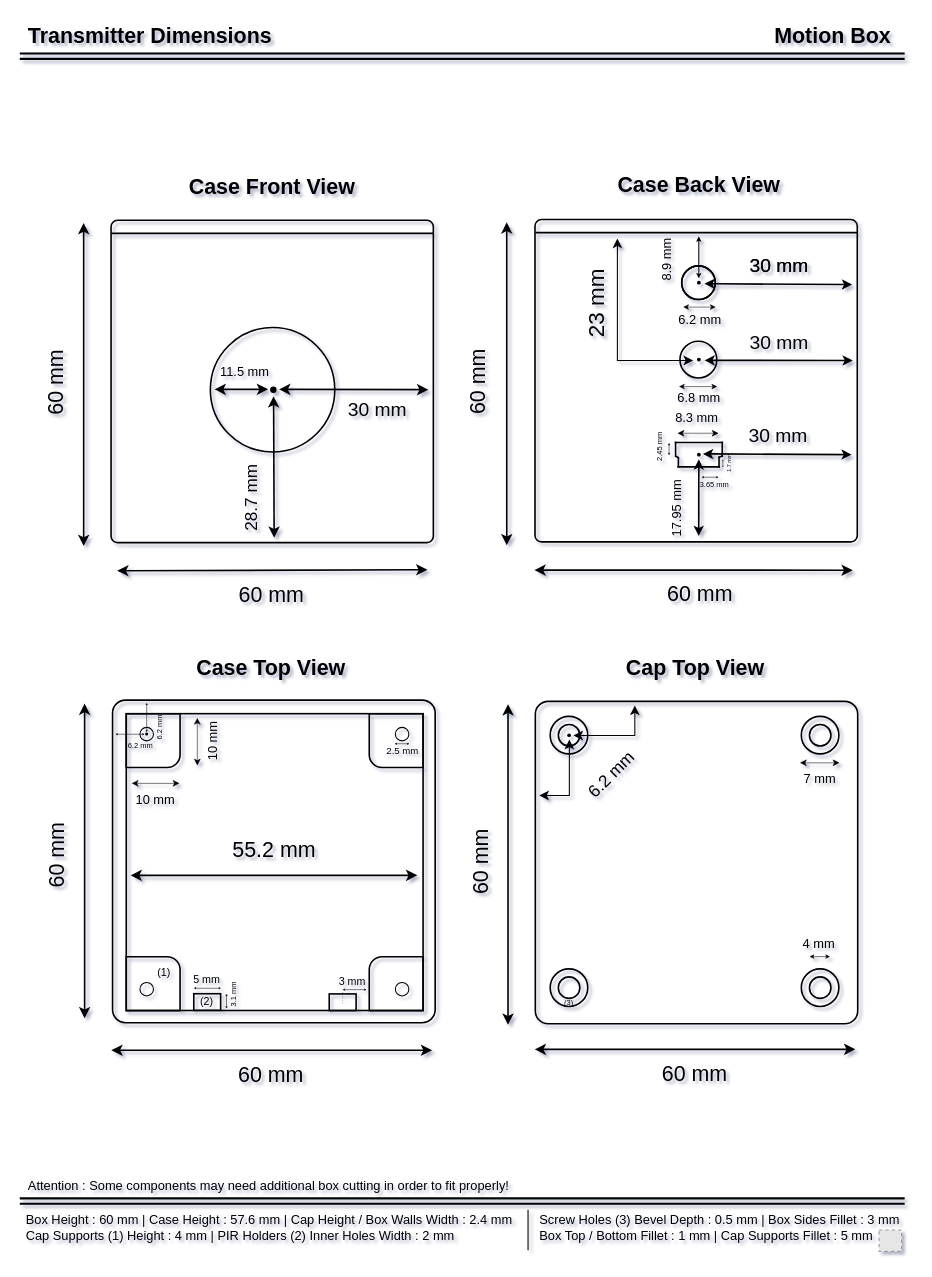
Earlier version of the draw.io diagram Projects/MotionBox/Design/Dimensions/Transmitter/DRAWIO/Transmitter_Dimensions.drawio (teodormorosanu/Electronic-Projects). Source tidied: cells renumbered, new cells numbered last; positions are measured from the earlier drawing's top-left corner, leaving out a move shared by most shapes. Both pictures are drawn from the tidied source at 107%, with x=0, y=0 at pixel (-31, 18). Pictures stored in the file or linked from it are replaced by grey dashed boxes.
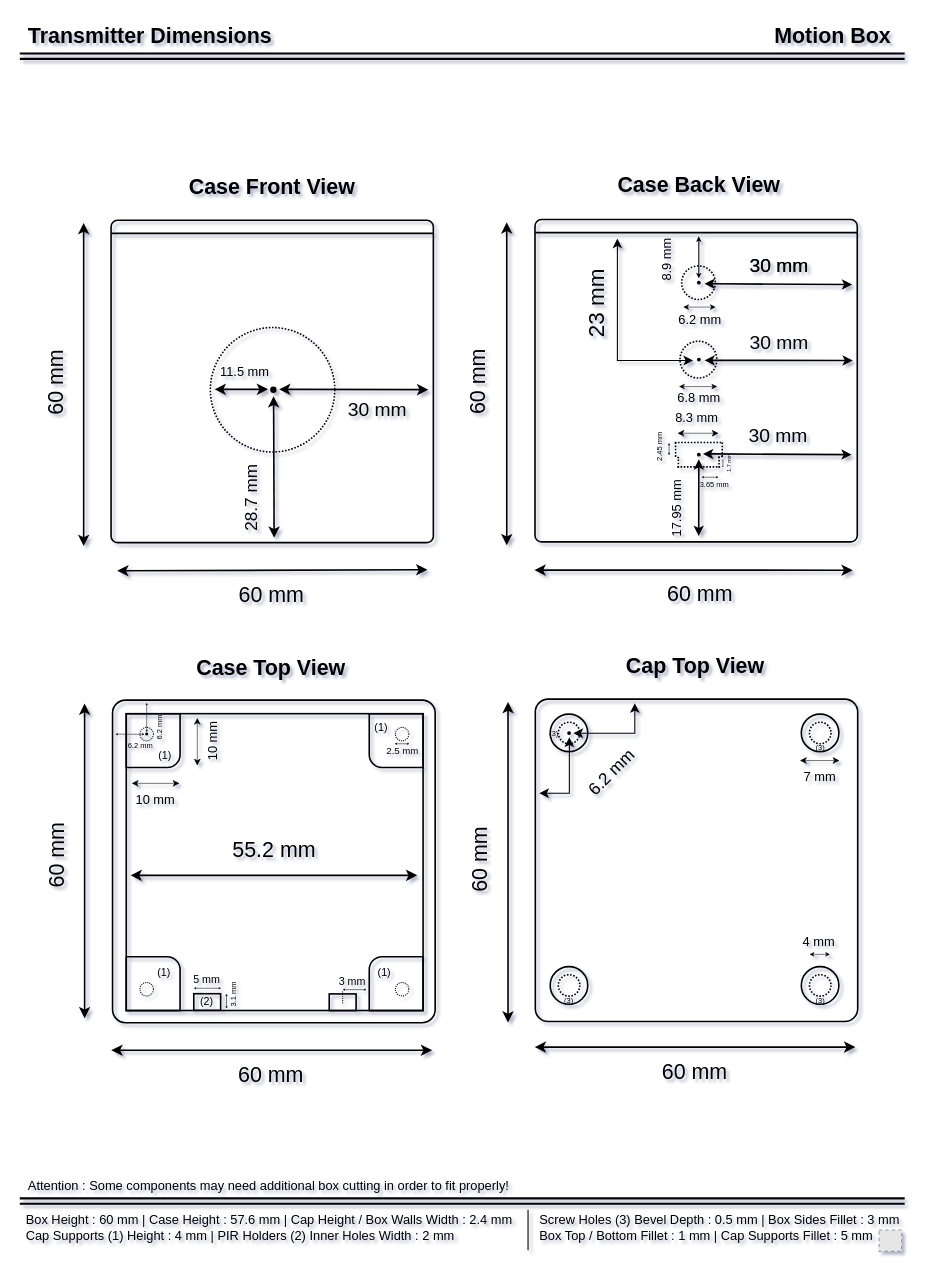
The same page after the edit.

Commit message (it also covers changes not shown here):
MotionBox : Added transmitter add-on dimensions and updated the old ones

Unchanged cells that the change refers to:
```xml
<mxCell id="11" style="group;" parent="1" vertex="1">
  <mxGeometry x="60.3" y="135" width="813.8" height="869.8" as="geometry" />
</mxCell>
<mxCell id="12" style="group;" parent="11" vertex="1">
  <mxGeometry y="2" width="400.9" height="420" as="geometry" />
</mxCell>
<mxCell id="28" style="group;" parent="11" vertex="1">
  <mxGeometry x="394.6" width="383.9" height="421.4" as="geometry" />
</mxCell>
```

Change to the diagram source:
```diff
@@
-    <mxCell id="20" style="ellipse;whiteSpace=wrap;html=1;fillColor=none;strokeWidth=1.5;" parent="12" vertex="1">
+    <mxCell id="20" style="ellipse;whiteSpace=wrap;html=1;fillColor=none;strokeWidth=1.5;dashed=1;dashPattern=1 1;" parent="12" vertex="1">
       <mxGeometry x="164.8" y="151.6" width="116.3" height="116.3" as="geometry" />
     </mxCell>
@@
-    <mxCell id="48" style="ellipse;whiteSpace=wrap;html=1;strokeWidth=1.5;fillColor=none;" parent="28" vertex="1">
+    <mxCell id="48" style="ellipse;whiteSpace=wrap;html=1;strokeWidth=1.5;fillColor=none;dashed=1;dashPattern=1 1;" parent="28" vertex="1">
       <mxGeometry x="209.1" y="166.4" width="34.4" height="34.4" as="geometry" />
     </mxCell>
@@
-    <mxCell id="56" style="endArrow=none;html=1;rounded=0;strokeWidth=1.5;strokeColor=default;" parent="28" edge="1">
+    <mxCell id="56" style="endArrow=none;html=1;rounded=0;strokeWidth=1.5;strokeColor=default;dashed=1;dashPattern=1 1;" parent="28" edge="1">
       <mxGeometry relative="1" as="geometry">
         <mxPoint x="204.2" y="261.1" as="sourcePoint" />
         <mxPoint x="249.4" y="261.1" as="targetPoint" />
       </mxGeometry>
     </mxCell>
-    <mxCell id="57" style="endArrow=none;html=1;rounded=0;strokeWidth=1.5;strokeColor=default;" parent="28" edge="1">
+    <mxCell id="57" style="endArrow=none;html=1;rounded=0;strokeWidth=1.5;strokeColor=default;dashed=1;dashPattern=1 1;" parent="28" edge="1">
       <mxGeometry relative="1" as="geometry">
         <mxPoint x="248.6" y="274.5" as="sourcePoint" />
         <mxPoint x="248.6" y="260.1" as="targetPoint" />
       </mxGeometry>
     </mxCell>
-    <mxCell id="58" style="endArrow=none;html=1;rounded=0;strokeWidth=1.5;strokeColor=default;" parent="28" edge="1">
+    <mxCell id="58" style="endArrow=none;html=1;rounded=0;strokeWidth=1.5;strokeColor=default;dashed=1;dashPattern=1 1;" parent="28" edge="1">
       <mxGeometry relative="1" as="geometry">
         <mxPoint x="205" y="274.4" as="sourcePoint" />
         <mxPoint x="205" y="260.1" as="targetPoint" />
       </mxGeometry>
     </mxCell>
-    <mxCell id="59" style="endArrow=none;html=1;rounded=0;strokeWidth=1.5;strokeColor=default;" parent="28" edge="1">
+    <mxCell id="59" style="endArrow=none;html=1;rounded=0;strokeWidth=1.5;strokeColor=default;dashed=1;dashPattern=1 1;" parent="28" edge="1">
       <mxGeometry relative="1" as="geometry">
         <mxPoint x="206.6" y="283.8" as="sourcePoint" />
         <mxPoint x="246.6" y="283.8" as="targetPoint" />
       </mxGeometry>
     </mxCell>
-    <mxCell id="60" style="endArrow=none;html=1;rounded=0;strokeWidth=1.5;strokeColor=default;" parent="28" edge="1">
+    <mxCell id="60" style="endArrow=none;html=1;rounded=0;strokeWidth=1.5;strokeColor=default;dashed=1;dashPattern=1 1;" parent="28" edge="1">
       <mxGeometry relative="1" as="geometry">
         <mxPoint x="245.6" y="284.7" as="sourcePoint" />
         <mxPoint x="245.6" y="274.1" as="targetPoint" />
       </mxGeometry>
     </mxCell>
-    <mxCell id="61" style="endArrow=none;html=1;rounded=0;strokeWidth=1.5;strokeColor=default;" parent="28" edge="1">
+    <mxCell id="61" style="endArrow=none;html=1;rounded=0;strokeWidth=1.5;strokeColor=default;dashed=1;dashPattern=1 1;" parent="28" edge="1">
       <mxGeometry relative="1" as="geometry">
         <mxPoint x="207.6" y="284.4" as="sourcePoint" />
         <mxPoint x="207.6" y="274.8" as="targetPoint" />
       </mxGeometry>
     </mxCell>
-    <mxCell id="62" style="endArrow=none;html=1;rounded=0;strokeWidth=1.5;strokeColor=default;" parent="28" edge="1">
+    <mxCell id="62" style="endArrow=none;html=1;rounded=0;strokeWidth=1.5;strokeColor=default;dashed=1;dashPattern=1 1;" parent="28" edge="1">
       <mxGeometry relative="1" as="geometry">
         <mxPoint x="208.1" y="275.5" as="sourcePoint" />
         <mxPoint x="204.5" y="273.5" as="targetPoint" />
       </mxGeometry>
     </mxCell>
-    <mxCell id="63" style="endArrow=none;html=1;rounded=0;strokeWidth=1.5;strokeColor=default;" parent="28" edge="1">
+    <mxCell id="63" style="endArrow=none;html=1;rounded=0;strokeWidth=1.5;strokeColor=default;dashed=1;dashPattern=1 1;" parent="28" edge="1">
       <mxGeometry relative="1" as="geometry">
         <mxPoint x="244.9" y="275" as="sourcePoint" />
         <mxPoint x="249.3" y="273.5" as="targetPoint" />
       </mxGeometry>
     </mxCell>
@@
-    <mxCell id="65" style="ellipse;whiteSpace=wrap;html=1;strokeWidth=1.5;fillColor=none;" parent="28" vertex="1">
+    <mxCell id="65" style="ellipse;whiteSpace=wrap;html=1;strokeWidth=1.5;fillColor=none;dashed=1;dashPattern=1 1;" parent="28" vertex="1">
       <mxGeometry x="210.7" y="96" width="31.4" height="31.4" as="geometry" />
     </mxCell>
@@
-    <mxCell id="74" style="ellipse;whiteSpace=wrap;html=1;strokeWidth=1.5;fillColor=none;" parent="28" vertex="1">
-      <mxGeometry x="210.7" y="96" width="31.4" height="31.4" as="geometry" />
-    </mxCell>
+    <mxCell id="139" style="group;" parent="11" vertex="1">
+      <mxGeometry x="397" y="449.9" width="416.8" height="417.1" as="geometry" />
+    </mxCell>
+    <mxCell id="140" value="&lt;span style=&quot;font-size: 7px;&quot;&gt;&lt;font style=&quot;font-size: 7px;&quot;&gt;(3)&lt;/font&gt;&lt;/span&gt;" style="text;align=center;html=1;verticalAlign=middle;rounded=0;shadow=0;glass=0;labelBorderColor=none;labelBackgroundColor=none;whiteSpace=wrap;fontStyle=0;rotation=0;fontSize=7;" parent="139" vertex="1">
+      <mxGeometry x="322.8" y="330.1" width="31.1" height="6.7" as="geometry" />
+    </mxCell>
+    <mxCell id="141" value="&lt;span style=&quot;font-size: 7px;&quot;&gt;&lt;font style=&quot;font-size: 7px;&quot;&gt;(3)&lt;/font&gt;&lt;/span&gt;" style="text;align=center;html=1;verticalAlign=middle;rounded=0;shadow=0;glass=0;labelBorderColor=none;labelBackgroundColor=none;whiteSpace=wrap;fontStyle=0;rotation=0;fontSize=7;" parent="139" vertex="1">
+      <mxGeometry x="322.8" y="94.1" width="31.1" height="6.7" as="geometry" />
+    </mxCell>
-    <mxCell id="75" style="group;" parent="11" vertex="1">
-      <mxGeometry x="397" y="452" width="416.8" height="417.1" as="geometry" />
+    <mxCell id="75" style="group;" parent="139" vertex="1">
+      <mxGeometry width="416.8" height="417.1" as="geometry" />
     </mxCell>
@@
-    <mxCell id="83" style="ellipse;whiteSpace=wrap;html=1;strokeWidth=1.5;fillColor=none;" parent="75" vertex="1">
+    <mxCell id="83" style="ellipse;whiteSpace=wrap;html=1;strokeWidth=1.5;fillColor=none;dashed=1;dashPattern=1 1;" parent="75" vertex="1">
       <mxGeometry x="93" y="72.6" width="20.1" height="20.1" as="geometry" />
     </mxCell>
@@
-    <mxCell id="89" style="ellipse;whiteSpace=wrap;html=1;strokeWidth=1.5;fillColor=none;" parent="75" vertex="1">
+    <mxCell id="89" style="ellipse;whiteSpace=wrap;html=1;strokeWidth=1.5;fillColor=none;dashed=1;dashPattern=1 1;" parent="75" vertex="1">
       <mxGeometry x="327.7" y="72.6" width="20.1" height="20.1" as="geometry" />
     </mxCell>
@@
-    <mxCell id="93" style="ellipse;whiteSpace=wrap;html=1;strokeWidth=1.5;fillColor=none;" parent="75" vertex="1">
+    <mxCell id="93" style="ellipse;whiteSpace=wrap;html=1;strokeWidth=1.5;fillColor=none;dashed=1;dashPattern=1 1;" parent="75" vertex="1">
       <mxGeometry x="327.7" y="308.5" width="20.1" height="20.1" as="geometry" />
     </mxCell>
@@
-    <mxCell id="97" style="ellipse;whiteSpace=wrap;html=1;strokeWidth=1.5;fillColor=none;" parent="75" vertex="1">
+    <mxCell id="97" style="ellipse;whiteSpace=wrap;html=1;strokeWidth=1.5;fillColor=none;dashed=1;dashPattern=1 1;" parent="75" vertex="1">
       <mxGeometry x="93" y="308.5" width="20.1" height="20.1" as="geometry" />
     </mxCell>
@@
+    <mxCell id="142" value="&lt;span style=&quot;font-size: 7px;&quot;&gt;&lt;font style=&quot;font-size: 7px;&quot;&gt;(3)&lt;/font&gt;&lt;/span&gt;" style="text;align=center;html=1;verticalAlign=middle;rounded=0;shadow=0;glass=0;labelBorderColor=none;labelBackgroundColor=none;whiteSpace=wrap;fontStyle=0;rotation=0;fontSize=7;" parent="75" vertex="1">
+      <mxGeometry x="73.8" y="81.1" width="31.1" height="6.7" as="geometry" />
+    </mxCell>
+    <mxCell id="143" style="group;" parent="11" vertex="1">
+      <mxGeometry x="1.2" y="452" width="373.7" height="417.9" as="geometry" />
+    </mxCell>
+    <mxCell id="144" value="&lt;span style=&quot;font-size: 10px;&quot;&gt;&lt;font style=&quot;font-size: 10px;&quot;&gt;(1)&lt;/font&gt;&lt;/span&gt;" style="text;align=center;html=1;verticalAlign=middle;rounded=0;shadow=0;glass=0;labelBorderColor=none;labelBackgroundColor=none;whiteSpace=wrap;fontStyle=0;rotation=0;fontSize=10;" parent="143" vertex="1">
+      <mxGeometry x="310.6" y="300" width="31.9" height="7.7" as="geometry" />
+    </mxCell>
-    <mxCell id="99" style="group;" parent="11" vertex="1">
-      <mxGeometry x="1.2" y="452" width="373.7" height="417.9" as="geometry" />
+    <mxCell id="99" style="group;" parent="143" vertex="1">
+      <mxGeometry width="373.7" height="417.9" as="geometry" />
     </mxCell>
@@
-    <mxCell id="117" style="ellipse;whiteSpace=wrap;html=1;fillColor=none;" parent="99" vertex="1">
+    <mxCell id="117" style="ellipse;whiteSpace=wrap;html=1;fillColor=none;dashed=1;dashPattern=1 1;" parent="99" vertex="1">
       <mxGeometry x="97.8" y="75.3" width="12.6" height="12.6" as="geometry" />
     </mxCell>
@@
-    <mxCell id="122" style="ellipse;whiteSpace=wrap;html=1;fillColor=none;" parent="99" vertex="1">
+    <mxCell id="122" style="ellipse;whiteSpace=wrap;html=1;fillColor=none;dashed=1;dashPattern=1 1;" parent="99" vertex="1">
       <mxGeometry x="336.5" y="75.3" width="12.6" height="12.6" as="geometry" />
     </mxCell>
-    <mxCell id="123" style="ellipse;whiteSpace=wrap;html=1;fillColor=none;" parent="99" vertex="1">
+    <mxCell id="123" style="ellipse;whiteSpace=wrap;html=1;fillColor=none;dashed=1;dashPattern=1 1;" parent="99" vertex="1">
       <mxGeometry x="97.8" y="313.7" width="12.6" height="12.6" as="geometry" />
     </mxCell>
-    <mxCell id="124" style="ellipse;whiteSpace=wrap;html=1;fillColor=none;" parent="99" vertex="1">
+    <mxCell id="124" style="ellipse;whiteSpace=wrap;html=1;fillColor=none;dashed=1;dashPattern=1 1;" parent="99" vertex="1">
       <mxGeometry x="336.5" y="313.7" width="12.6" height="12.6" as="geometry" />
     </mxCell>
@@
-    <mxCell id="135" style="endArrow=none;dashed=1;html=1;dashPattern=1 3;strokeWidth=0.5;rounded=0;" parent="99" edge="1">
+    <mxCell id="135" style="endArrow=none;dashed=1;html=1;dashPattern=1 1;strokeWidth=1;rounded=0;" parent="99" edge="1">
       <mxGeometry relative="1" as="geometry">
         <mxPoint x="287.2" y="333.1" as="sourcePoint" />
-        <mxPoint x="287.2" y="320.4" as="targetPoint" />
+        <mxPoint x="287.2" y="322" as="targetPoint" />
       </mxGeometry>
     </mxCell>
@@
+    <mxCell id="145" value="&lt;span style=&quot;font-size: 10px;&quot;&gt;&lt;font style=&quot;font-size: 10px;&quot;&gt;(1)&lt;/font&gt;&lt;/span&gt;" style="text;align=center;html=1;verticalAlign=middle;rounded=0;shadow=0;glass=0;labelBorderColor=none;labelBackgroundColor=none;whiteSpace=wrap;fontStyle=0;rotation=0;fontSize=10;" parent="99" vertex="1">
+      <mxGeometry x="105.9" y="96.7" width="31.9" height="7.7" as="geometry" />
+    </mxCell>
+    <mxCell id="146" value="&lt;span style=&quot;font-size: 10px;&quot;&gt;&lt;font style=&quot;font-size: 10px;&quot;&gt;(1)&lt;/font&gt;&lt;/span&gt;" style="text;align=center;html=1;verticalAlign=middle;rounded=0;shadow=0;glass=0;labelBorderColor=none;labelBackgroundColor=none;whiteSpace=wrap;fontStyle=0;rotation=0;fontSize=10;" parent="99" vertex="1">
+      <mxGeometry x="307.6" y="71.3" width="31.9" height="7.7" as="geometry" />
+    </mxCell>
```
